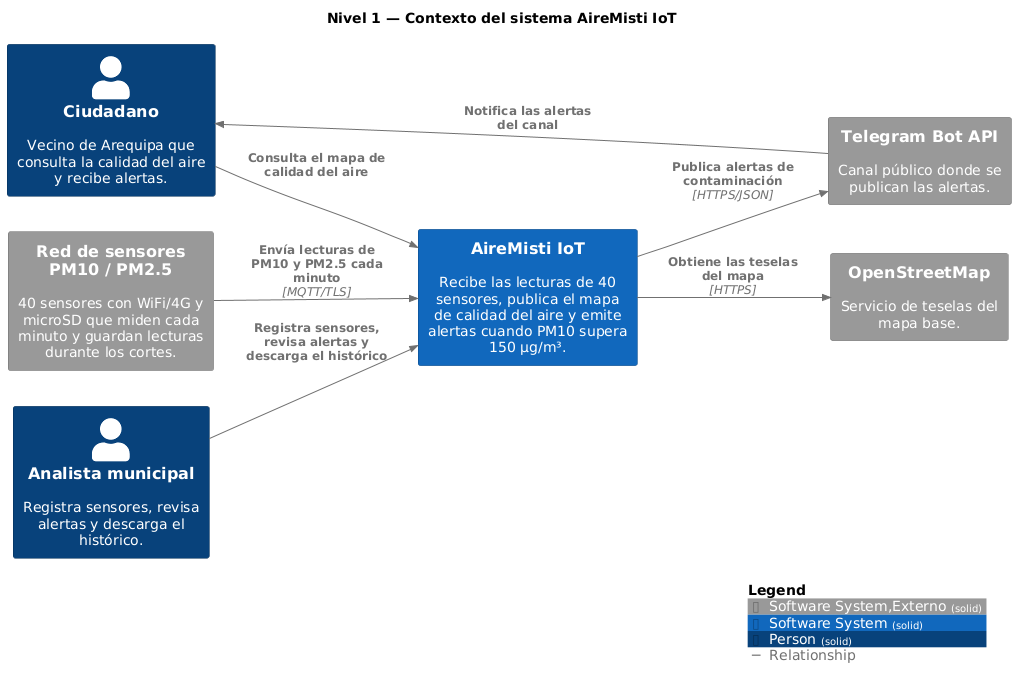
This is docs/architecture/c4/img/structurizr-Contexto.png from DanielJosueGuillenValcarcel/cs-2026b-lab04, a PlantUML export, as it was before one commit. Source of this version:
```plantuml
@startuml
set separator none
title Nivel 1 — Contexto del sistema AireMisti IoT

left to right direction

!include <C4/C4>
!include <C4/C4_Context>

AddElementTag("Software System,Externo", $bgColor="#999999", $borderColor="#6b6b6b", $fontColor="#ffffff", $sprite="", $shadowing="", $borderStyle="solid")
AddElementTag("Software System", $bgColor="#1168bd", $borderColor="#0b4884", $fontColor="#ffffff", $sprite="", $shadowing="", $borderStyle="solid")
AddElementTag("Person", $bgColor="#08427b", $borderColor="#052e56", $fontColor="#ffffff", $sprite="", $shadowing="", $borderStyle="solid")

AddRelTag("Relationship", $textColor="#707070", $lineColor="#707070", $lineStyle = "")

Person(Ciudadano, "Ciudadano", $descr="Vecino de Arequipa que consulta la calidad del aire y recibe alertas.", $tags="Person", $link="")
System(ReddesensoresPM10PM25, "Red de sensores PM10 / PM2.5", $descr="40 sensores con WiFi/4G y microSD que miden cada minuto y guardan lecturas durante los cortes.", $tags="Software System,Externo", $link="")
System(TelegramBotAPI, "Telegram Bot API", $descr="Canal público donde se publican las alertas.", $tags="Software System,Externo", $link="")
System(OpenStreetMap, "OpenStreetMap", $descr="Servicio de teselas del mapa base.", $tags="Software System,Externo", $link="")
Person(Analistamunicipal, "Analista municipal", $descr="Registra sensores, revisa alertas y descarga el histórico.", $tags="Person", $link="")
System(AireMistiIoT, "AireMisti IoT", $descr="Recibe las lecturas de 40 sensores, publica el mapa de calidad del aire y emite alertas cuando PM10 supera 150 µg/m³.", $tags="Software System", $link="")

Rel(Ciudadano, AireMistiIoT, "Consulta el mapa de calidad del aire", $techn="", $tags="Relationship", $link="")
Rel(Analistamunicipal, AireMistiIoT, "Registra sensores, revisa alertas y descarga el histórico", $techn="", $tags="Relationship", $link="")
Rel(ReddesensoresPM10PM25, AireMistiIoT, "Envía lecturas de PM10 y PM2.5 cada minuto", $techn="MQTT/TLS", $tags="Relationship", $link="")
Rel(AireMistiIoT, TelegramBotAPI, "Publica alertas de contaminación", $techn="HTTPS/JSON", $tags="Relationship", $link="")
Rel(AireMistiIoT, OpenStreetMap, "Obtiene las teselas del mapa", $techn="HTTPS", $tags="Relationship", $link="")
Rel(TelegramBotAPI, Ciudadano, "Notifica las alertas del canal", $techn="", $tags="Relationship", $link="")

SHOW_LEGEND(true)
@enduml
```
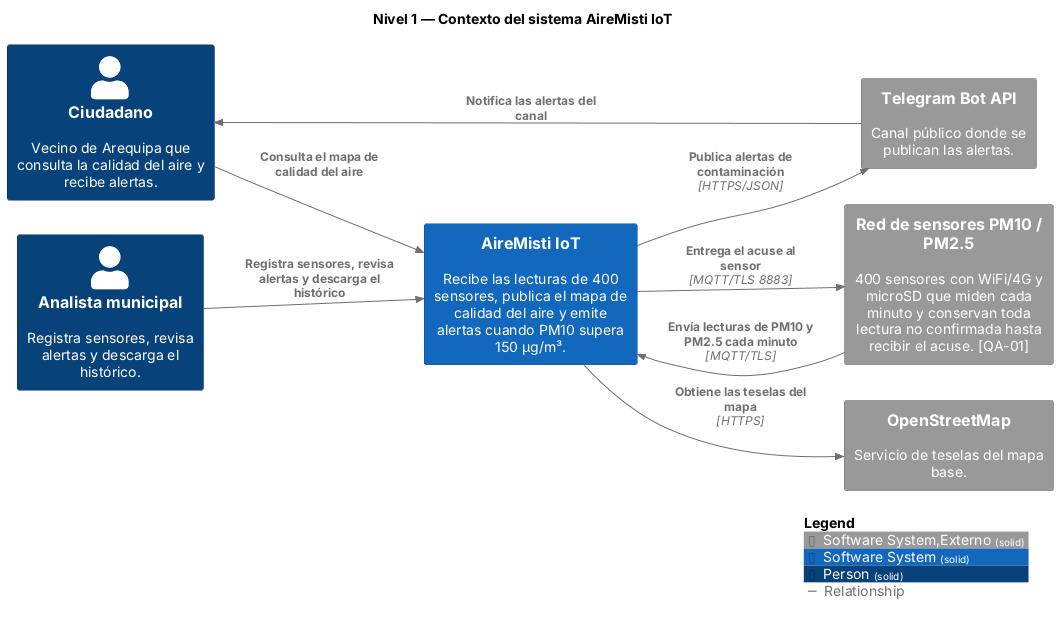
The same diagram one commit later.

Diff of the diagram source:
```diff
@@ -14,11 +14,11 @@
 AddRelTag("Relationship", $textColor="#707070", $lineColor="#707070", $lineStyle = "")
 
 Person(Ciudadano, "Ciudadano", $descr="Vecino de Arequipa que consulta la calidad del aire y recibe alertas.", $tags="Person", $link="")
-System(ReddesensoresPM10PM25, "Red de sensores PM10 / PM2.5", $descr="40 sensores con WiFi/4G y microSD que miden cada minuto y guardan lecturas durante los cortes.", $tags="Software System,Externo", $link="")
+System(ReddesensoresPM10PM25, "Red de sensores PM10 / PM2.5", $descr="400 sensores con WiFi/4G y microSD que miden cada minuto y conservan toda lectura no confirmada hasta recibir el acuse. [QA-01]", $tags="Software System,Externo", $link="")
 System(TelegramBotAPI, "Telegram Bot API", $descr="Canal público donde se publican las alertas.", $tags="Software System,Externo", $link="")
 System(OpenStreetMap, "OpenStreetMap", $descr="Servicio de teselas del mapa base.", $tags="Software System,Externo", $link="")
 Person(Analistamunicipal, "Analista municipal", $descr="Registra sensores, revisa alertas y descarga el histórico.", $tags="Person", $link="")
-System(AireMistiIoT, "AireMisti IoT", $descr="Recibe las lecturas de 40 sensores, publica el mapa de calidad del aire y emite alertas cuando PM10 supera 150 µg/m³.", $tags="Software System", $link="")
+System(AireMistiIoT, "AireMisti IoT", $descr="Recibe las lecturas de 400 sensores, publica el mapa de calidad del aire y emite alertas cuando PM10 supera 150 µg/m³.", $tags="Software System", $link="")
 
 Rel(Ciudadano, AireMistiIoT, "Consulta el mapa de calidad del aire", $techn="", $tags="Relationship", $link="")
 Rel(Analistamunicipal, AireMistiIoT, "Registra sensores, revisa alertas y descarga el histórico", $techn="", $tags="Relationship", $link="")
@@ -26,6 +26,7 @@
 Rel(AireMistiIoT, TelegramBotAPI, "Publica alertas de contaminación", $techn="HTTPS/JSON", $tags="Relationship", $link="")
 Rel(AireMistiIoT, OpenStreetMap, "Obtiene las teselas del mapa", $techn="HTTPS", $tags="Relationship", $link="")
 Rel(TelegramBotAPI, Ciudadano, "Notifica las alertas del canal", $techn="", $tags="Relationship", $link="")
+Rel(AireMistiIoT, ReddesensoresPM10PM25, "Entrega el acuse al sensor", $techn="MQTT/TLS 8883", $tags="Relationship", $link="")
 
 SHOW_LEGEND(true)
 @enduml
```
